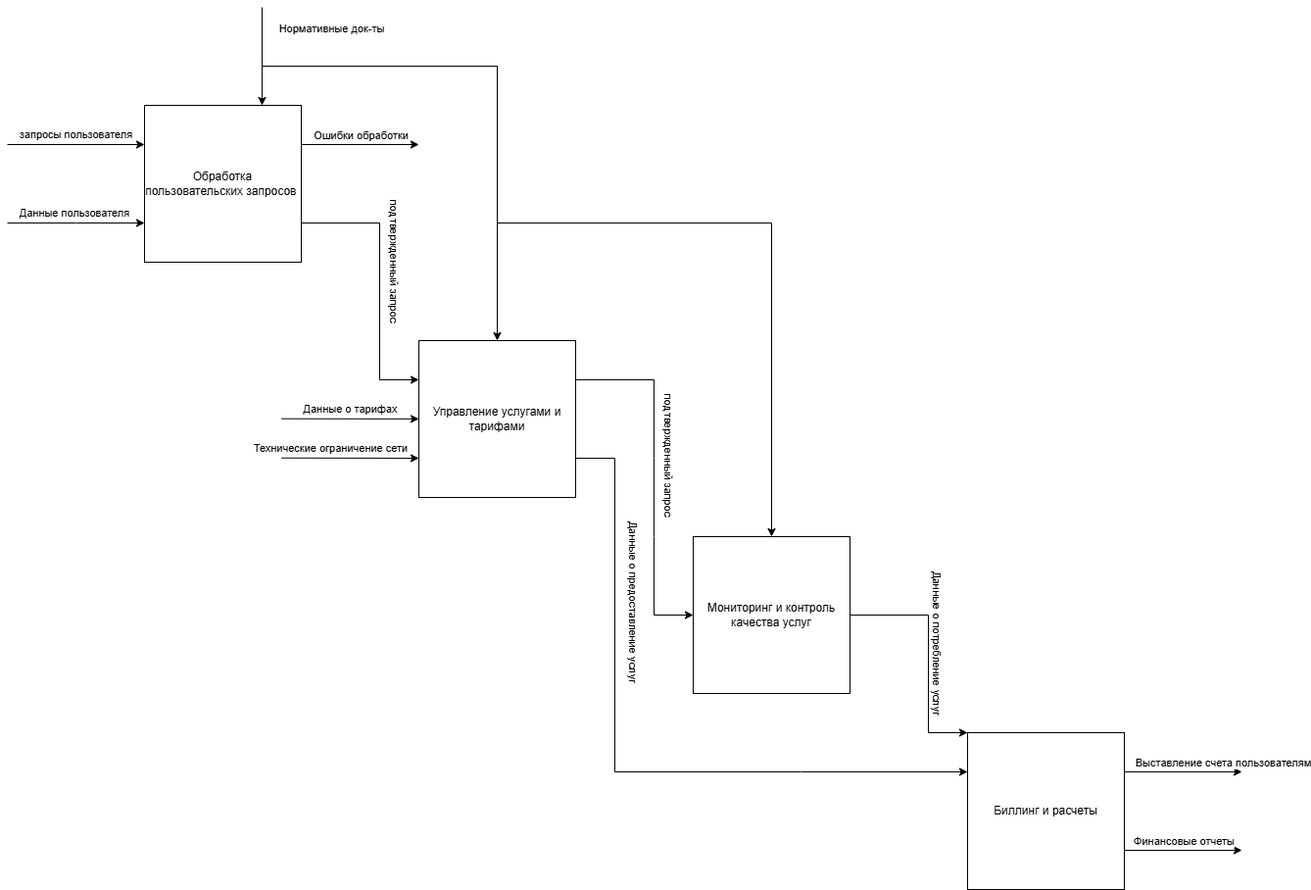
Earlier version of the draw.io export daigram/IDEF0_upKUR.drawio.png (lLegionl/Shatrov). Source tidied: cells renumbered, new cells last; positions are measured from the earlier drawing's top-left corner, leaving out a move shared by most shapes.
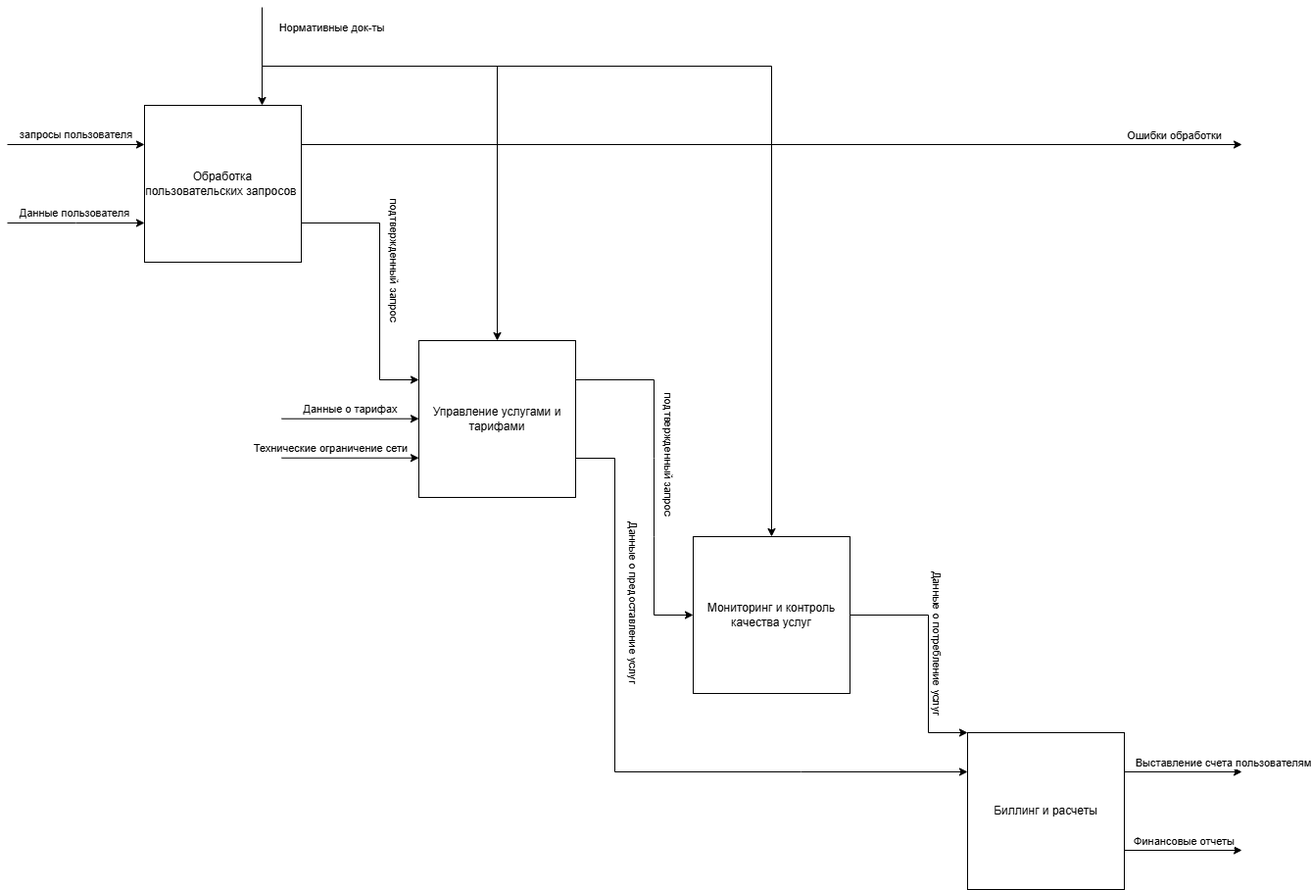
Later version of the same file.

What changed in the source:
```diff
@@ -60,9 +60,7 @@
       <mxGeometry relative="1" as="geometry">
         <mxPoint x="460" y="60" as="sourcePoint" />
         <Array as="points">
-          <mxPoint x="500" y="60" />
-          <mxPoint x="500" y="220" />
-          <mxPoint x="780" y="220" />
+          <mxPoint x="780" y="60" />
         </Array>
       </mxGeometry>
     </mxCell>
@@ -81,22 +79,24 @@
     </mxCell>
     <mxCell id="15" style="endArrow=classic;html=1;rounded=0;exitX=1;exitY=0.25;exitDx=0;exitDy=0;" parent="1" edge="1" source="2">
       <mxGeometry relative="1" as="geometry">
-        <mxPoint x="420" y="140" as="targetPoint" />
+        <mxPoint x="1260" y="140" as="targetPoint" />
       </mxGeometry>
     </mxCell>
     <mxCell id="16" value="Ошибки обработки" style="edgeLabel;html=1;align=center;verticalAlign=middle;" parent="15" vertex="1">
       <mxGeometry x="-0.84" y="-1" relative="1" as="geometry">
-        <mxPoint x="50" y="-11" as="offset" />
+        <mxPoint x="812" y="-11" as="offset" />
       </mxGeometry>
     </mxCell>
-    <mxCell id="17" value="Данные о тарифах" style="endArrow=classic;html=1;rounded=0;" parent="1" edge="1" target="3">
+    <mxCell id="17" value="Данные о тарифах" style="endArrow=classic;html=1;rounded=0;entryX=0;entryY=0.25;entryDx=0;entryDy=0;" parent="1" edge="1">
       <mxGeometry y="10" relative="1" as="geometry">
         <mxPoint x="280" y="419.7" as="sourcePoint" />
+        <mxPoint x="420" y="419.7" as="targetPoint" />
       </mxGeometry>
     </mxCell>
-    <mxCell id="18" value="Технические ограничение сети" style="endArrow=classic;html=1;rounded=0;entryX=0;entryY=0.75;entryDx=0;entryDy=0;" parent="1" edge="1" target="3">
+    <mxCell id="18" value="Технические ограничение сети" style="endArrow=classic;html=1;rounded=0;entryX=0;entryY=0.25;entryDx=0;entryDy=0;" parent="1" edge="1">
       <mxGeometry x="-0.29" y="10" relative="1" as="geometry">
         <mxPoint x="280" y="459.7" as="sourcePoint" />
+        <mxPoint x="420" y="459.7" as="targetPoint" />
       </mxGeometry>
     </mxCell>
     <mxCell id="19" style="endArrow=classic;html=1;rounded=0;exitX=1;exitY=0.25;exitDx=0;exitDy=0;entryX=0;entryY=0.25;entryDx=0;entryDy=0;" parent="1" edge="1" source="3">
```
